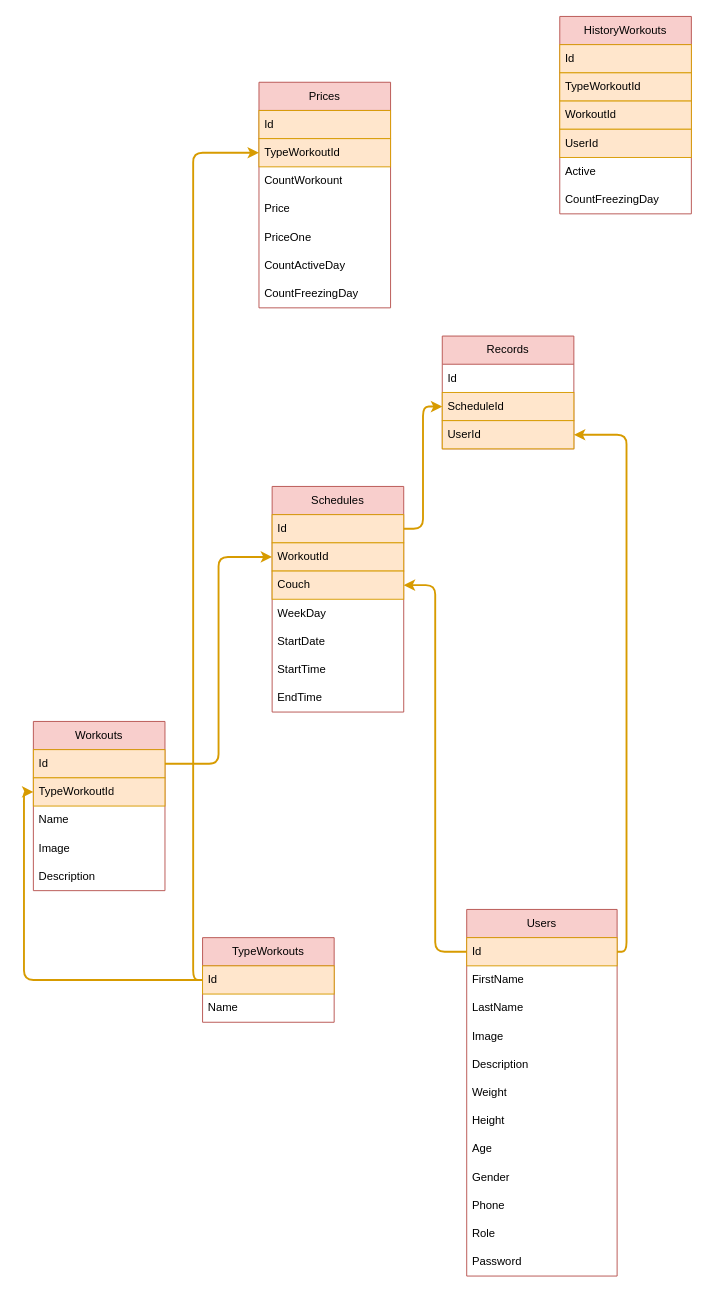
Earlier version of the draw.io diagram doc/application.drawio (VyacheslavMironov/JALUR_API). Source tidied: cells renumbered, new cells numbered last; positions are measured from the earlier drawing's top-left corner, leaving out a move shared by most shapes. Both pictures are drawn from the tidied source at 94%, with x=0, y=0 at pixel (33, 16).
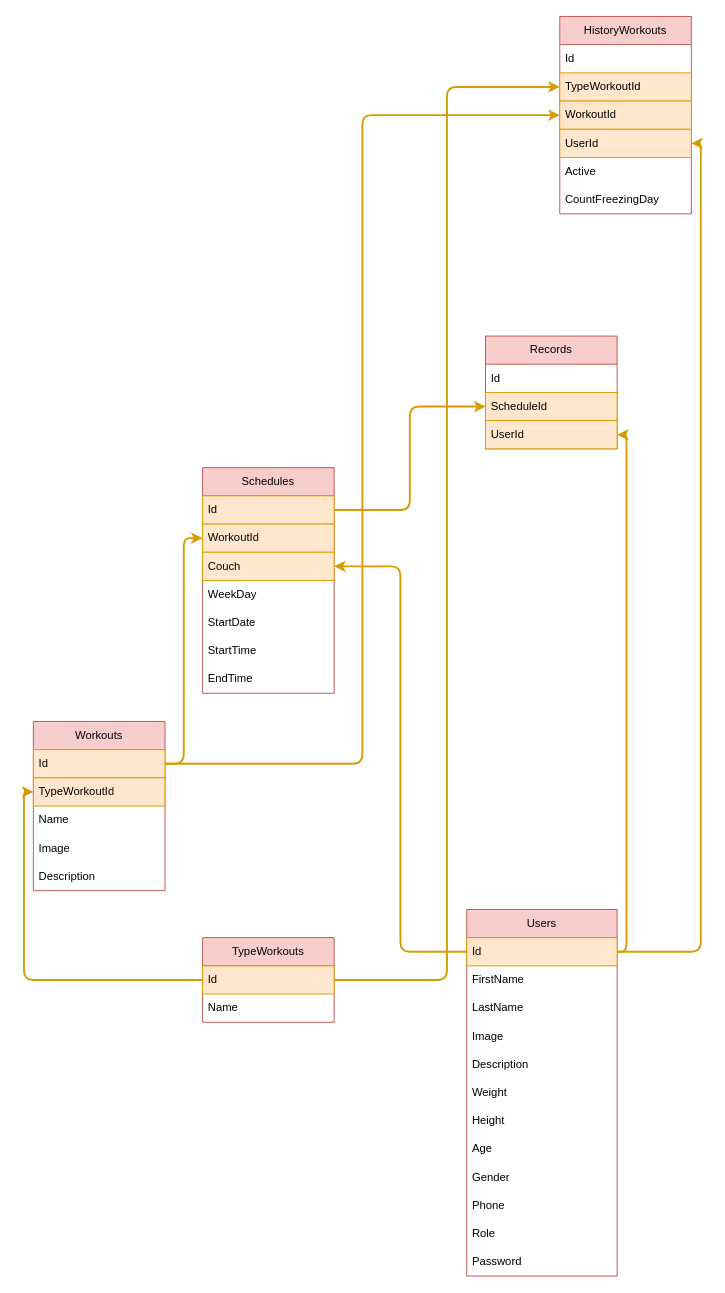
Above is the later version.

Unchanged cells that the change refers to:
```xml
<mxCell id="3" value="Id" style="text;strokeColor=#d79b00;fillColor=#ffe6cc;align=left;verticalAlign=middle;spacingLeft=4;spacingRight=4;overflow=hidden;points=[[0,0.5],[1,0.5]];portConstraint=eastwest;whiteSpace=wrap;html=1;strokeWidth=1;" parent="2" vertex="1">
  <mxGeometry y="30" width="160" height="30" as="geometry" />
</mxCell>
<mxCell id="16" value="Id" style="text;strokeColor=#d79b00;fillColor=#ffe6cc;align=left;verticalAlign=middle;spacingLeft=4;spacingRight=4;overflow=hidden;points=[[0,0.5],[1,0.5]];portConstraint=eastwest;whiteSpace=wrap;html=1;strokeWidth=1;" parent="15" vertex="1">
  <mxGeometry y="30" width="140" height="30" as="geometry" />
</mxCell>
<mxCell id="35" value="Id" style="text;strokeColor=#d79b00;fillColor=#ffe6cc;align=left;verticalAlign=middle;spacingLeft=4;spacingRight=4;overflow=hidden;points=[[0,0.5],[1,0.5]];portConstraint=eastwest;whiteSpace=wrap;html=1;strokeWidth=1;" parent="34" vertex="1">
  <mxGeometry y="30" width="140" height="30" as="geometry" />
</mxCell>
<mxCell id="50" value="HistoryWorkouts" style="swimlane;fontStyle=0;horizontal=1;startSize=30;whiteSpace=wrap;html=1;strokeWidth=1;fillColor=#f8cecc;strokeColor=#b85450;" parent="1" vertex="1">
  <mxGeometry x="560" width="140" height="210" as="geometry" />
</mxCell>
<mxCell id="52" value="TypeWorkoutId" style="text;strokeColor=#d79b00;fillColor=#ffe6cc;align=left;verticalAlign=middle;spacingLeft=4;spacingRight=4;overflow=hidden;points=[[0,0.5],[1,0.5]];portConstraint=eastwest;whiteSpace=wrap;html=1;strokeWidth=1;" parent="50" vertex="1">
  <mxGeometry y="60" width="140" height="30" as="geometry" />
</mxCell>
<mxCell id="53" value="WorkoutId" style="text;strokeColor=#d79b00;fillColor=#ffe6cc;align=left;verticalAlign=middle;spacingLeft=4;spacingRight=4;overflow=hidden;points=[[0,0.5],[1,0.5]];portConstraint=eastwest;whiteSpace=wrap;html=1;strokeWidth=1;" parent="50" vertex="1">
  <mxGeometry y="90" width="140" height="30" as="geometry" />
</mxCell>
<mxCell id="54" value="UserId" style="text;strokeColor=#d79b00;fillColor=#ffe6cc;align=left;verticalAlign=middle;spacingLeft=4;spacingRight=4;overflow=hidden;points=[[0,0.5],[1,0.5]];portConstraint=eastwest;whiteSpace=wrap;html=1;strokeWidth=1;" parent="50" vertex="1">
  <mxGeometry y="120" width="140" height="30" as="geometry" />
</mxCell>
```

Change to the diagram source:
```diff
@@
     <mxCell id="18" value="Schedules" style="swimlane;fontStyle=0;horizontal=1;startSize=30;whiteSpace=wrap;html=1;strokeWidth=1;fillColor=#f8cecc;strokeColor=#b85450;" parent="1" vertex="1">
-      <mxGeometry x="254" y="500" width="140" height="240" as="geometry" />
+      <mxGeometry x="180" y="480" width="140" height="240" as="geometry" />
     </mxCell>
@@
     <mxCell id="28" value="Records" style="swimlane;fontStyle=0;horizontal=1;startSize=30;whiteSpace=wrap;html=1;strokeWidth=1;fillColor=#f8cecc;strokeColor=#b85450;" parent="1" vertex="1">
-      <mxGeometry x="435" y="340" width="140" height="120" as="geometry" />
+      <mxGeometry x="481" y="340" width="140" height="120" as="geometry" />
     </mxCell>
@@
-    <mxCell id="41" value="Prices" style="swimlane;fontStyle=0;horizontal=1;startSize=30;whiteSpace=wrap;html=1;strokeWidth=1;fillColor=#f8cecc;strokeColor=#b85450;" parent="1" vertex="1">
-      <mxGeometry x="240" y="70" width="140" height="240" as="geometry" />
-    </mxCell>
-    <mxCell id="42" value="Id" style="text;strokeColor=#d79b00;fillColor=#ffe6cc;align=left;verticalAlign=middle;spacingLeft=4;spacingRight=4;overflow=hidden;whiteSpace=wrap;html=1;strokeWidth=1;" parent="41" vertex="1">
-      <mxGeometry y="30" width="140" height="30" as="geometry" />
-    </mxCell>
-    <mxCell id="43" value="TypeWorkoutId" style="text;strokeColor=#d79b00;fillColor=#ffe6cc;align=left;verticalAlign=middle;spacingLeft=4;spacingRight=4;overflow=hidden;points=[[0,0.5],[1,0.5]];portConstraint=eastwest;whiteSpace=wrap;html=1;strokeWidth=1;" parent="41" vertex="1">
-      <mxGeometry y="60" width="140" height="30" as="geometry" />
-    </mxCell>
-    <mxCell id="44" value="CountWorkount" style="text;strokeColor=none;fillColor=none;align=left;verticalAlign=middle;spacingLeft=4;spacingRight=4;overflow=hidden;whiteSpace=wrap;html=1;strokeWidth=1;" parent="41" vertex="1">
-      <mxGeometry y="90" width="140" height="30" as="geometry" />
-    </mxCell>
-    <mxCell id="45" value="Price" style="text;strokeColor=none;fillColor=none;align=left;verticalAlign=middle;spacingLeft=4;spacingRight=4;overflow=hidden;whiteSpace=wrap;html=1;strokeWidth=1;" parent="41" vertex="1">
-      <mxGeometry y="120" width="140" height="30" as="geometry" />
-    </mxCell>
-    <mxCell id="46" value="PriceOne" style="text;strokeColor=none;fillColor=none;align=left;verticalAlign=middle;spacingLeft=4;spacingRight=4;overflow=hidden;whiteSpace=wrap;html=1;strokeWidth=1;" parent="41" vertex="1">
-      <mxGeometry y="150" width="140" height="30" as="geometry" />
-    </mxCell>
-    <mxCell id="47" value="CountActiveDay" style="text;strokeColor=none;fillColor=none;align=left;verticalAlign=middle;spacingLeft=4;spacingRight=4;overflow=hidden;whiteSpace=wrap;html=1;strokeWidth=1;" parent="41" vertex="1">
-      <mxGeometry y="180" width="140" height="30" as="geometry" />
-    </mxCell>
-    <mxCell id="48" value="CountFreezingDay" style="text;strokeColor=none;fillColor=none;align=left;verticalAlign=middle;spacingLeft=4;spacingRight=4;overflow=hidden;whiteSpace=wrap;html=1;strokeWidth=1;" parent="41" vertex="1">
-      <mxGeometry y="210" width="140" height="30" as="geometry" />
-    </mxCell>
-    <mxCell id="49" style="edgeStyle=orthogonalEdgeStyle;html=1;exitX=0;exitY=0.5;exitDx=0;exitDy=0;strokeWidth=2;fillColor=#ffe6cc;strokeColor=#d79b00;" parent="1" edge="1" source="16" target="43">
-      <mxGeometry relative="1" as="geometry" />
-    </mxCell>
@@
-    <mxCell id="51" value="Id" style="text;strokeColor=#d79b00;fillColor=#ffe6cc;align=left;verticalAlign=middle;spacingLeft=4;spacingRight=4;overflow=hidden;whiteSpace=wrap;html=1;strokeWidth=1;" parent="50" vertex="1">
+    <mxCell id="51" value="Id" style="text;align=left;verticalAlign=middle;spacingLeft=4;spacingRight=4;overflow=hidden;whiteSpace=wrap;html=1;strokeWidth=1;" parent="50" vertex="1">
       <mxGeometry y="30" width="140" height="30" as="geometry" />
     </mxCell>
@@
+    <mxCell id="57" style="edgeStyle=orthogonalEdgeStyle;html=1;exitX=1;exitY=0.5;exitDx=0;exitDy=0;entryX=1;entryY=0.5;entryDx=0;entryDy=0;fillColor=#ffe6cc;strokeColor=#d79b00;strokeWidth=2;" parent="1" edge="1" source="3" target="54">
+      <mxGeometry relative="1" as="geometry" />
+    </mxCell>
+    <mxCell id="58" style="edgeStyle=orthogonalEdgeStyle;html=1;exitX=1;exitY=0.5;exitDx=0;exitDy=0;entryX=0;entryY=0.5;entryDx=0;entryDy=0;strokeWidth=2;fillColor=#ffe6cc;strokeColor=#d79b00;" parent="1" edge="1" source="35" target="53">
+      <mxGeometry relative="1" as="geometry" />
+    </mxCell>
+    <mxCell id="59" style="edgeStyle=orthogonalEdgeStyle;html=1;exitX=1;exitY=0.5;exitDx=0;exitDy=0;entryX=0;entryY=0.5;entryDx=0;entryDy=0;strokeWidth=2;fillColor=#ffe6cc;strokeColor=#d79b00;" parent="1" edge="1" source="16" target="52">
+      <mxGeometry relative="1" as="geometry" />
+    </mxCell>
```
